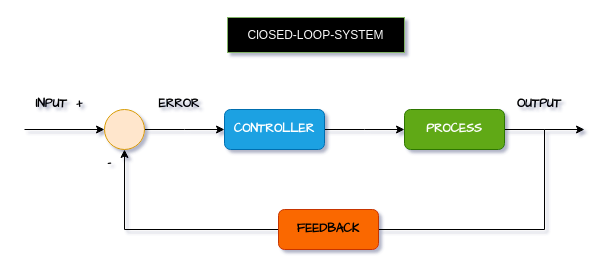
This is 未命名绘图.drawio from KAZAMA-DREAM/picture, a draw.io file, before an edit. Source tidied: cells renumbered, new cells numbered last; positions are measured from the earlier drawing's top-left corner, leaving out a move shared by most shapes. Both pictures are drawn from the tidied source at 100%, with x=0, y=0 at pixel (24, 17).
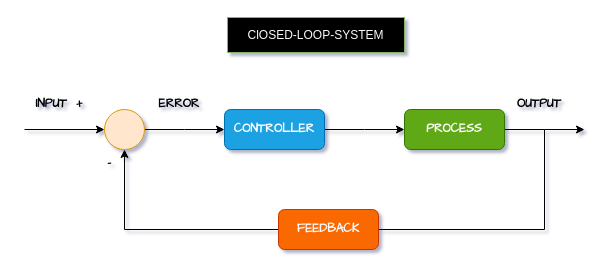
After the change.

Commit message:
更新未命名绘图.drawio

Diff of the diagram source:
```diff
@@
-    <mxCell id="14" value="&lt;b&gt;FEEDBACK&lt;/b&gt;" style="rounded=1;whiteSpace=wrap;html=1;fontFamily=Comic Sans MS;fillColor=#fa6800;fontColor=#000000;strokeColor=#C73500;" parent="1" vertex="1">
+    <mxCell id="14" value="&lt;b&gt;&lt;font color=&quot;#fafafa&quot;&gt;FEEDBACK&lt;/font&gt;&lt;/b&gt;" style="rounded=1;whiteSpace=wrap;html=1;fontFamily=Comic Sans MS;fillColor=#fa6800;fontColor=#000000;strokeColor=#C73500;" parent="1" vertex="1">
       <mxGeometry x="254" y="192" width="100" height="40" as="geometry" />
     </mxCell>
```
